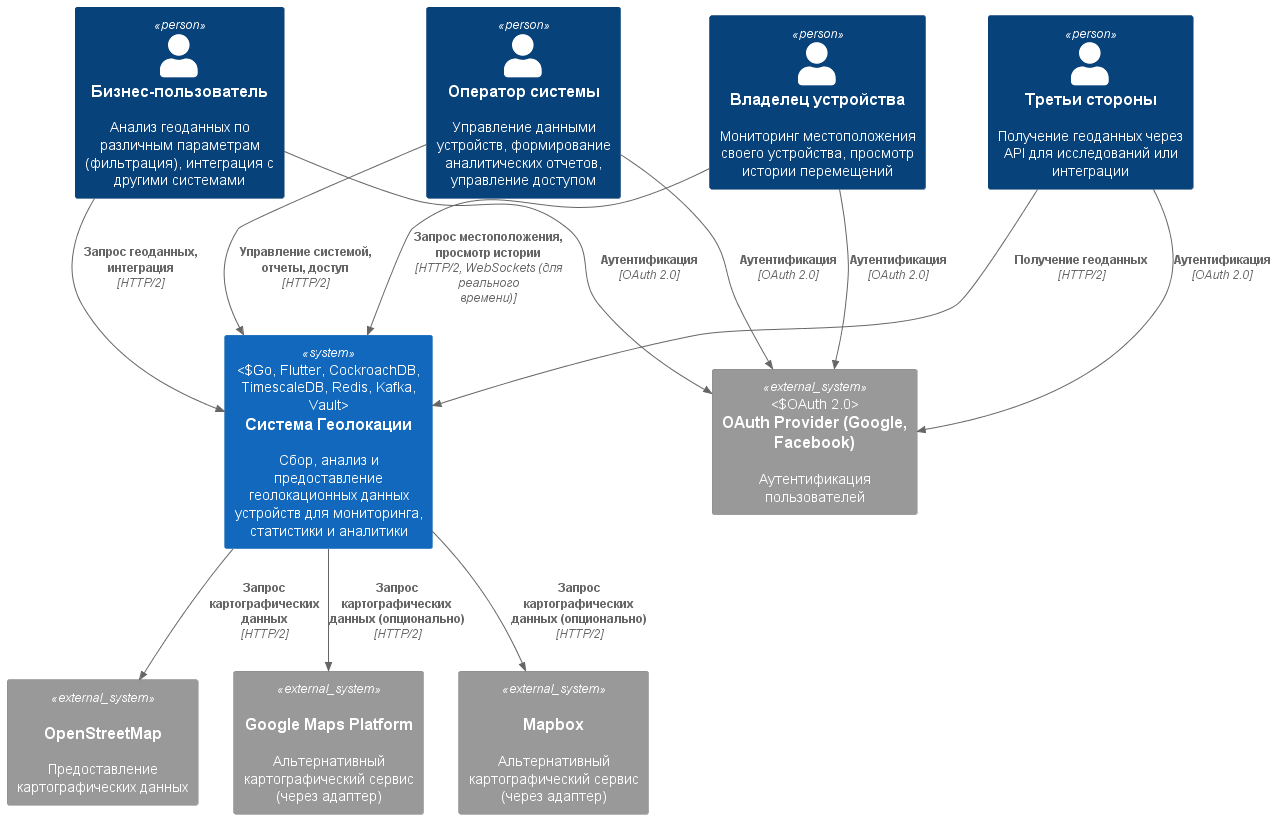
qasmark/SoftwareDevelopmentTechnology keeps this PlantUML diagram as out/2. Технический проект/1_context/1_context.png. Above is the earlier version. The source it was exported from:
```plantuml
@startuml
!include <c4/C4_Context>

System(geo_system, "Система Геолокации", "Сбор, анализ и предоставление геолокационных данных устройств для мониторинга, статистики и аналитики", "Go, Flutter, CockroachDB, TimescaleDB, Redis, Kafka, Vault")

Person(device_owner, "Владелец устройства", "Мониторинг местоположения своего устройства, просмотр истории перемещений")
Person(operator, "Оператор системы", "Управление данными устройств, формирование аналитических отчетов, управление доступом")
Person(business_user, "Бизнес-пользователь", "Анализ геоданных по различным параметрам (фильтрация), интеграция с другими системами")
Person(third_party, "Третьи стороны", "Получение геоданных через API для исследований или интеграции")

Rel(device_owner, geo_system, "Запрос местоположения, просмотр истории", "HTTP/2, WebSockets (для реального времени)")
Rel(operator, geo_system, "Управление системой, отчеты, доступ", "HTTP/2")
Rel(business_user, geo_system, "Запрос геоданных, интеграция", "HTTP/2")
Rel(third_party, geo_system, "Получение геоданных", "HTTP/2")

System_Ext(osm, "OpenStreetMap", "Предоставление картографических данных", "HTTP/2")
Rel(geo_system, osm, "Запрос картографических данных", "HTTP/2")

System_Ext(google_maps, "Google Maps Platform", "Альтернативный картографический сервис (через адаптер)", "HTTP/2")
Rel(geo_system, google_maps, "Запрос картографических данных (опционально)", "HTTP/2")

System_Ext(mapbox, "Mapbox", "Альтернативный картографический сервис (через адаптер)", "HTTP/2")
Rel(geo_system, mapbox, "Запрос картографических данных (опционально)", "HTTP/2")

System_Ext(auth_provider, "OAuth Provider (Google, Facebook)", "Аутентификация пользователей", "OAuth 2.0")
Rel(device_owner, auth_provider, "Аутентификация", "OAuth 2.0")
Rel(operator, auth_provider, "Аутентификация", "OAuth 2.0")
Rel(business_user, auth_provider, "Аутентификация", "OAuth 2.0")
Rel(third_party, auth_provider, "Аутентификация", "OAuth 2.0")

@enduml
```
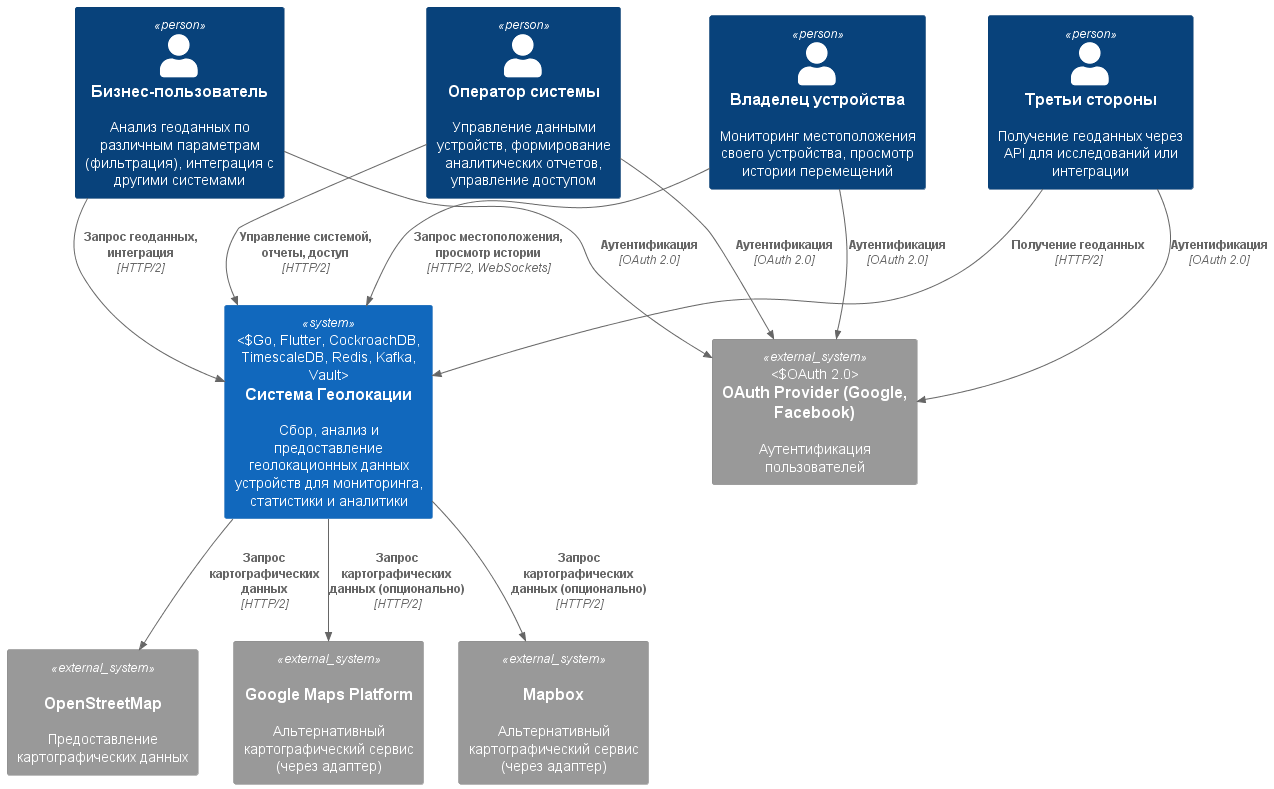
Later version of the same file.

What changed in the source:
```diff
@@ -8,21 +8,20 @@
 Person(business_user, "Бизнес-пользователь", "Анализ геоданных по различным параметрам (фильтрация), интеграция с другими системами")
 Person(third_party, "Третьи стороны", "Получение геоданных через API для исследований или интеграции")
 
-Rel(device_owner, geo_system, "Запрос местоположения, просмотр истории", "HTTP/2, WebSockets (для реального времени)")
+Rel(device_owner, geo_system, "Запрос местоположения, просмотр истории", "HTTP/2, WebSockets")
 Rel(operator, geo_system, "Управление системой, отчеты, доступ", "HTTP/2")
 Rel(business_user, geo_system, "Запрос геоданных, интеграция", "HTTP/2")
 Rel(third_party, geo_system, "Получение геоданных", "HTTP/2")
 
 System_Ext(osm, "OpenStreetMap", "Предоставление картографических данных", "HTTP/2")
+System_Ext(google_maps, "Google Maps Platform", "Альтернативный картографический сервис (через адаптер)", "HTTP/2")
+System_Ext(mapbox, "Mapbox", "Альтернативный картографический сервис (через адаптер)", "HTTP/2")
+System_Ext(auth_provider, "OAuth Provider (Google, Facebook)", "Аутентификация пользователей", "OAuth 2.0")
+
 Rel(geo_system, osm, "Запрос картографических данных", "HTTP/2")
-
-System_Ext(google_maps, "Google Maps Platform", "Альтернативный картографический сервис (через адаптер)", "HTTP/2")
 Rel(geo_system, google_maps, "Запрос картографических данных (опционально)", "HTTP/2")
-
-System_Ext(mapbox, "Mapbox", "Альтернативный картографический сервис (через адаптер)", "HTTP/2")
 Rel(geo_system, mapbox, "Запрос картографических данных (опционально)", "HTTP/2")
 
-System_Ext(auth_provider, "OAuth Provider (Google, Facebook)", "Аутентификация пользователей", "OAuth 2.0")
 Rel(device_owner, auth_provider, "Аутентификация", "OAuth 2.0")
 Rel(operator, auth_provider, "Аутентификация", "OAuth 2.0")
 Rel(business_user, auth_provider, "Аутентификация", "OAuth 2.0")
```
